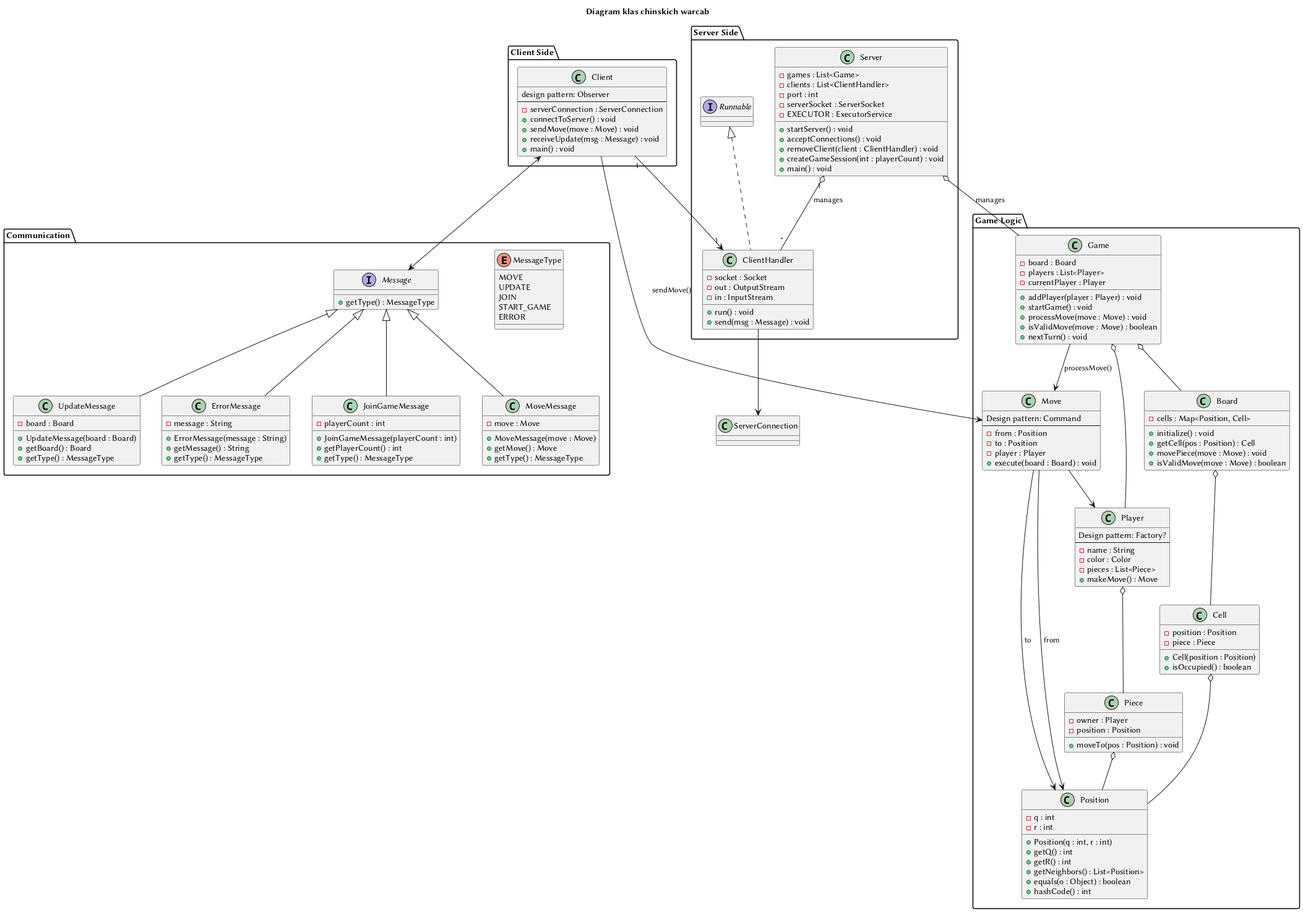
Before: diagrams/diagramKlas.png, a diagram exported from PlantUML (niooch/chinskieWarcaby).
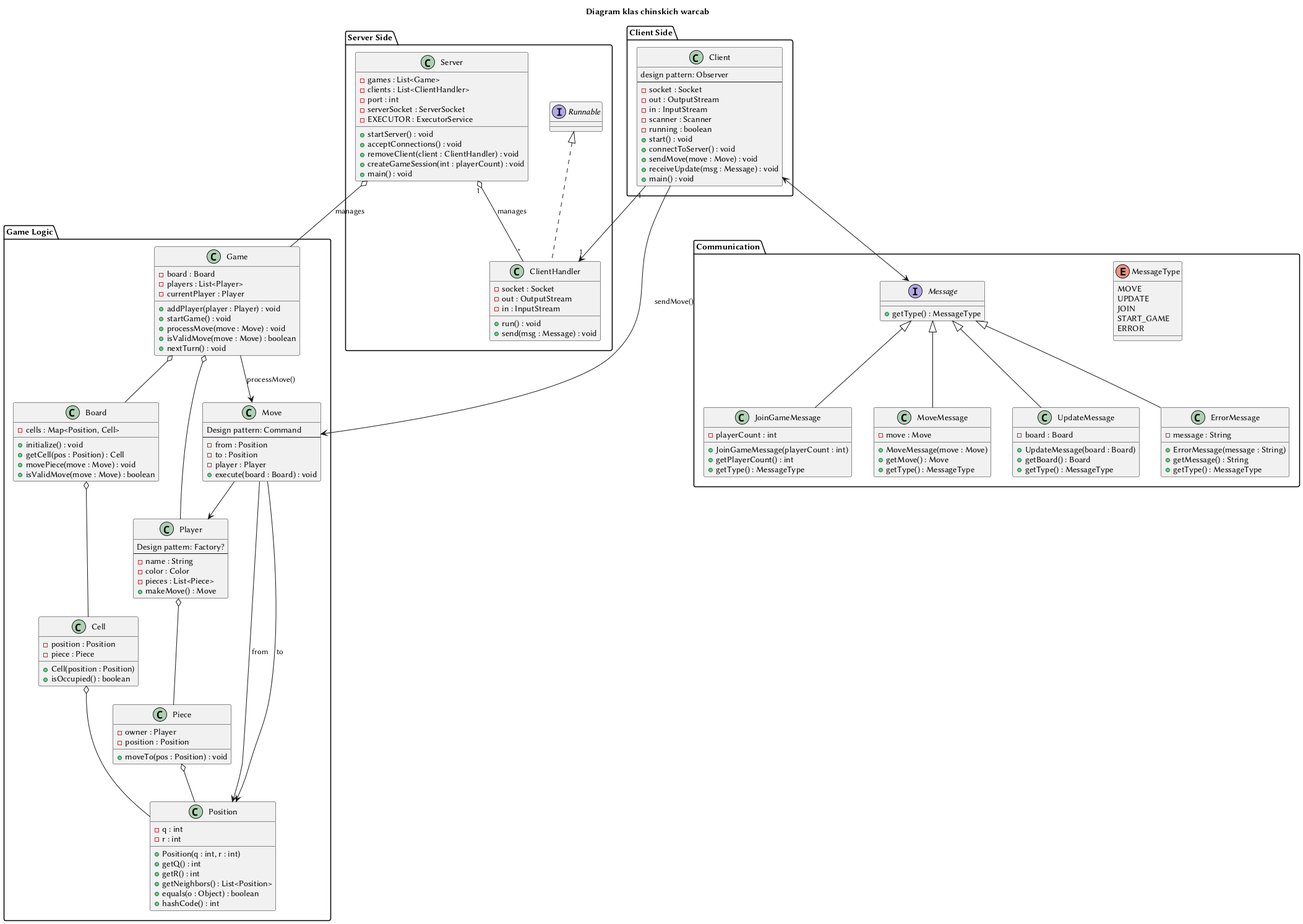
Later version of the same file.

Commit message:
diagram update dla klienta

Diff of the diagram source:
```diff
@@ -29,7 +29,12 @@
     class Client {
         design pattern: Observer
         --
-        - serverConnection : ServerConnection
+        - socket : Socket
+        - out : OutputStream
+        - in : InputStream
+        - scanner : Scanner
+        - running : boolean
+        + start() : void
         + connectToServer() : void
         + sendMove(move : Move) : void
         + receiveUpdate(msg : Message) : void
@@ -141,7 +146,6 @@
 }
 
 Server "1" o-- "*" ClientHandler : manages
-ClientHandler --> ServerConnection
 
 Client "1" --> "1" ClientHandler
 
```
